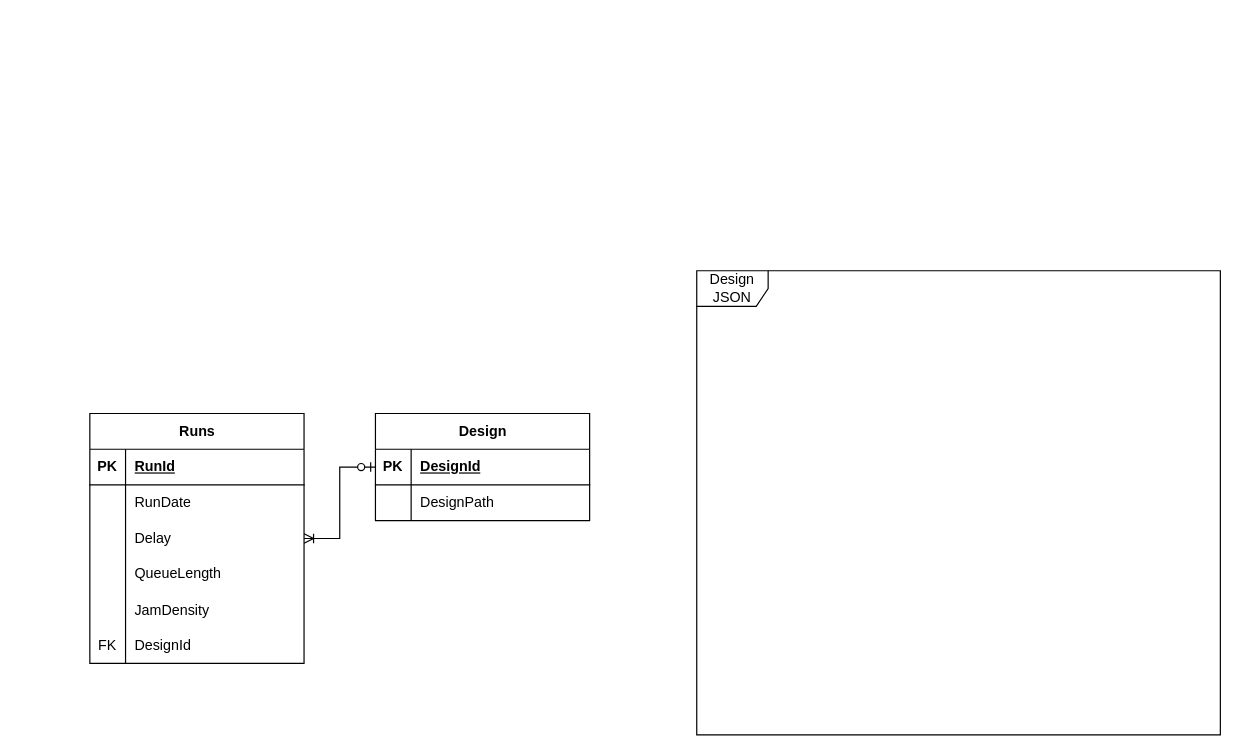
This is ERD.drawio from Team-Gala-JP/Team-Gala-JP, a draw.io file, before an edit. Source tidied: cells renumbered, new cells numbered last; positions are measured from the earlier drawing's top-left corner, leaving out a move shared by most shapes. Both pictures are drawn from the tidied source at 119%, with x=0, y=0 at pixel (89, 270).
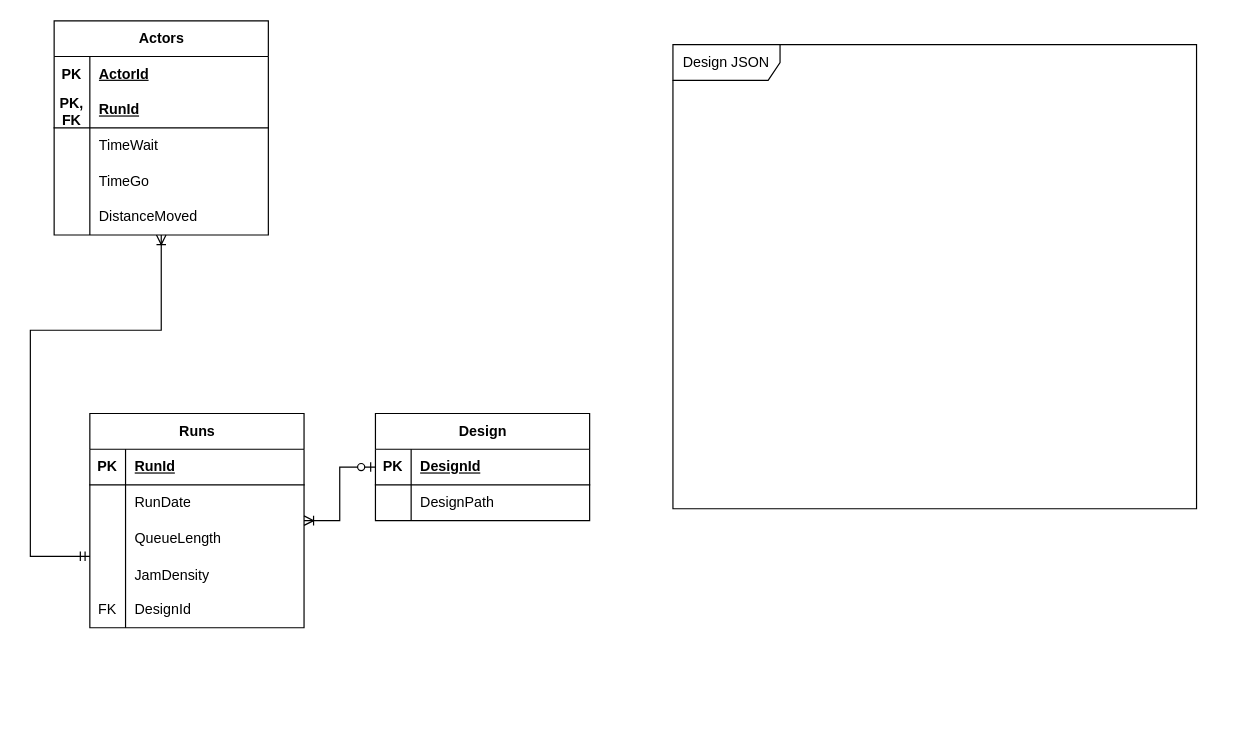
The same page after the edit.

Commit message:
ERD Actors Table

What changed in the source:
```diff
@@
     <mxCell id="2" value="Runs" style="shape=table;startSize=30;childLayout=tableLayout;rowLines=0;fontStyle=1;align=center;html=1;" parent="1" vertex="1">
-      <mxGeometry y="120" width="180" height="210" as="geometry" />
+      <mxGeometry y="120" width="180" height="180" as="geometry" />
     </mxCell>
@@
-    <mxCell id="9" style="shape=tableRow;horizontal=0;startSize=0;swimlaneHead=0;swimlaneBody=0;fillColor=none;top=0;left=0;right=0;bottom=0;" parent="2" vertex="1">
-      <mxGeometry y="90" width="180" height="30" as="geometry" />
-    </mxCell>
-    <mxCell id="10" style="shape=partialRectangle;fillColor=none;top=0;left=0;bottom=0;right=0;overflow=hidden;whiteSpace=wrap;html=1;" parent="9" vertex="1">
-      <mxGeometry width="30" height="30" as="geometry" />
-    </mxCell>
-    <mxCell id="11" value="Delay" style="shape=partialRectangle;fillColor=none;top=0;left=0;bottom=0;right=0;align=left;spacingLeft=6;overflow=hidden;whiteSpace=wrap;html=1;" parent="9" vertex="1">
-      <mxGeometry x="30" width="150" height="30" as="geometry" />
-    </mxCell>
     <mxCell id="12" style="shape=tableRow;horizontal=0;startSize=0;swimlaneHead=0;swimlaneBody=0;fillColor=none;top=0;left=0;right=0;bottom=0;" parent="2" vertex="1">
-      <mxGeometry y="120" width="180" height="30" as="geometry" />
+      <mxGeometry y="90" width="180" height="30" as="geometry" />
     </mxCell>
@@
     <mxCell id="15" style="shape=tableRow;horizontal=0;startSize=0;swimlaneHead=0;swimlaneBody=0;fillColor=none;top=0;left=0;right=0;bottom=0;" parent="2" vertex="1">
-      <mxGeometry y="150" width="180" height="30" as="geometry" />
+      <mxGeometry y="120" width="180" height="30" as="geometry" />
     </mxCell>
@@
     <mxCell id="18" style="shape=tableRow;horizontal=0;startSize=0;swimlaneHead=0;swimlaneBody=0;fillColor=none;top=0;left=0;right=0;bottom=0;" parent="2" vertex="1">
-      <mxGeometry y="180" width="180" height="30" as="geometry" />
+      <mxGeometry y="150" width="180" height="30" as="geometry" />
     </mxCell>
@@
-    <mxCell id="29" value="Design JSON" style="shape=umlFrame;whiteSpace=wrap;html=1;" parent="1" vertex="1">
-      <mxGeometry x="510" width="440" height="390" as="geometry" />
+    <mxCell id="29" value="Design JSON" style="shape=umlFrame;whiteSpace=wrap;html=1;width=90;height=30;" parent="1" vertex="1">
+      <mxGeometry x="490" y="-190" width="440" height="390" as="geometry" />
     </mxCell>
+    <mxCell id="30" value="Actors" style="shape=table;startSize=30;childLayout=tableLayout;rowLines=0;fontStyle=1;align=center;html=1;" parent="1" vertex="1">
+      <mxGeometry x="-30" y="-210" width="180" height="180" as="geometry" />
+    </mxCell>
+    <mxCell id="31" style="shape=tableRow;horizontal=0;startSize=0;swimlaneHead=0;swimlaneBody=0;fillColor=none;top=0;left=0;right=0;bottom=0;" parent="30" vertex="1">
+      <mxGeometry y="30" width="180" height="30" as="geometry" />
+    </mxCell>
+    <mxCell id="32" value="&lt;b&gt;PK&lt;/b&gt;" style="shape=partialRectangle;fillColor=none;top=0;left=0;bottom=0;right=0;fontStyle=0;overflow=hidden;whiteSpace=wrap;html=1;" parent="31" vertex="1">
+      <mxGeometry width="30" height="30" as="geometry" />
+    </mxCell>
+    <mxCell id="33" value="&lt;b&gt;&lt;u&gt;ActorId&lt;/u&gt;&lt;/b&gt;" style="shape=partialRectangle;fillColor=none;top=0;left=0;bottom=0;right=0;align=left;spacingLeft=6;fontStyle=0;overflow=hidden;whiteSpace=wrap;html=1;" parent="31" vertex="1">
+      <mxGeometry x="30" width="150" height="30" as="geometry" />
+    </mxCell>
+    <mxCell id="34" style="shape=tableRow;horizontal=0;startSize=0;swimlaneHead=0;swimlaneBody=0;fillColor=none;top=0;left=0;right=0;bottom=1;" parent="30" vertex="1">
+      <mxGeometry y="60" width="180" height="30" as="geometry" />
+    </mxCell>
+    <mxCell id="35" value="PK, FK" style="shape=partialRectangle;fillColor=none;top=0;left=0;bottom=0;right=0;fontStyle=1;overflow=hidden;whiteSpace=wrap;html=1;" parent="34" vertex="1">
+      <mxGeometry width="30" height="30" as="geometry" />
+    </mxCell>
+    <mxCell id="36" value="RunId" style="shape=partialRectangle;fillColor=none;top=0;left=0;bottom=0;right=0;align=left;spacingLeft=6;fontStyle=5;overflow=hidden;whiteSpace=wrap;html=1;" parent="34" vertex="1">
+      <mxGeometry x="30" width="150" height="30" as="geometry" />
+    </mxCell>
+    <mxCell id="9" style="shape=tableRow;horizontal=0;startSize=0;swimlaneHead=0;swimlaneBody=0;fillColor=none;top=0;left=0;right=0;bottom=0;" parent="30" vertex="1">
+      <mxGeometry y="90" width="180" height="30" as="geometry" />
+    </mxCell>
+    <mxCell id="37" style="shape=partialRectangle;fillColor=none;top=0;left=0;bottom=0;right=0;overflow=hidden;whiteSpace=wrap;html=1;" parent="9" vertex="1">
+      <mxGeometry width="30" height="30" as="geometry" />
+    </mxCell>
+    <mxCell id="38" value="TimeWait" style="shape=partialRectangle;fillColor=none;top=0;left=0;bottom=0;right=0;align=left;spacingLeft=6;overflow=hidden;whiteSpace=wrap;html=1;" parent="9" vertex="1">
+      <mxGeometry x="30" width="150" height="30" as="geometry" />
+    </mxCell>
+    <mxCell id="39" style="shape=tableRow;horizontal=0;startSize=0;swimlaneHead=0;swimlaneBody=0;fillColor=none;top=0;left=0;right=0;bottom=0;" parent="30" vertex="1">
+      <mxGeometry y="120" width="180" height="30" as="geometry" />
+    </mxCell>
+    <mxCell id="40" style="shape=partialRectangle;fillColor=none;top=0;left=0;bottom=0;right=0;overflow=hidden;whiteSpace=wrap;html=1;" parent="39" vertex="1">
+      <mxGeometry width="30" height="30" as="geometry" />
+    </mxCell>
+    <mxCell id="41" value="TimeGo" style="shape=partialRectangle;fillColor=none;top=0;left=0;bottom=0;right=0;align=left;spacingLeft=6;overflow=hidden;whiteSpace=wrap;html=1;" parent="39" vertex="1">
+      <mxGeometry x="30" width="150" height="30" as="geometry" />
+    </mxCell>
+    <mxCell id="42" style="shape=tableRow;horizontal=0;startSize=0;swimlaneHead=0;swimlaneBody=0;fillColor=none;points=[[0,0.5],[1,0.5]];portConstraint=eastwest;top=0;left=0;right=0;bottom=0;" parent="30" vertex="1">
+      <mxGeometry y="150" width="180" height="30" as="geometry" />
+    </mxCell>
+    <mxCell id="43" style="shape=partialRectangle;fillColor=none;top=0;left=0;bottom=0;right=0;overflow=hidden;whiteSpace=wrap;html=1;" parent="42" vertex="1">
+      <mxGeometry width="30" height="30" as="geometry" />
+    </mxCell>
+    <mxCell id="44" value="DistanceMoved" style="shape=partialRectangle;fillColor=none;top=0;left=0;bottom=0;right=0;align=left;spacingLeft=6;overflow=hidden;whiteSpace=wrap;html=1;" parent="42" vertex="1">
+      <mxGeometry x="30" width="150" height="30" as="geometry" />
+    </mxCell>
+    <mxCell id="45" style="edgeStyle=orthogonalEdgeStyle;fontSize=12;html=1;endArrow=ERoneToMany;startArrow=ERmandOne;rounded=0;" parent="1" edge="1" source="2" target="42">
+      <mxGeometry relative="1" as="geometry">
+        <Array as="points">
+          <mxPoint x="-50" y="240" />
+          <mxPoint x="-50" y="50" />
+        </Array>
+      </mxGeometry>
+    </mxCell>
```
